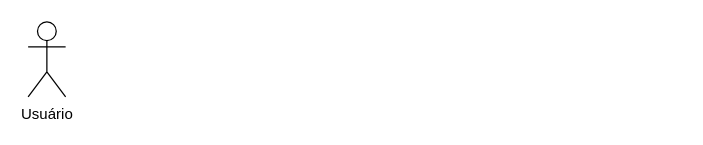
The draw.io diagram QuartaTarefa.drawio in ArcanjoDaGuarda/AnjoProjetos, before the edit. Source tidied: cells renumbered, new cells numbered last; positions are measured from the earlier drawing's top-left corner, leaving out a move shared by most shapes. Both pictures are drawn from the tidied source at 125%, with x=0, y=0 at pixel (28, 21).
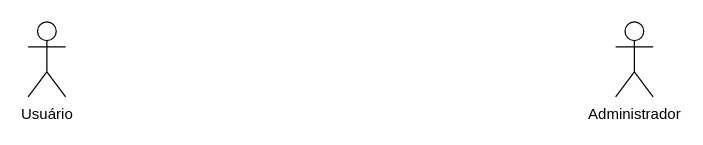
Above is the later version.

Diff of the diagram source:
```diff
@@
 <mxGraphModel>
   <root>
     <mxCell id="0" />
     <mxCell id="1" parent="0" />
     <mxCell id="2" value="Usuário" style="shape=umlActor;verticalLabelPosition=bottom;verticalAlign=top;html=1;" parent="1" vertex="1">
       <mxGeometry width="30" height="60" as="geometry" />
     </mxCell>
+    <mxCell id="3" value="Administrador" style="shape=umlActor;verticalLabelPosition=bottom;verticalAlign=top;html=1;" parent="1" vertex="1">
+      <mxGeometry x="470" width="30" height="60" as="geometry" />
+    </mxCell>
   </root>
 </mxGraphModel>
```
